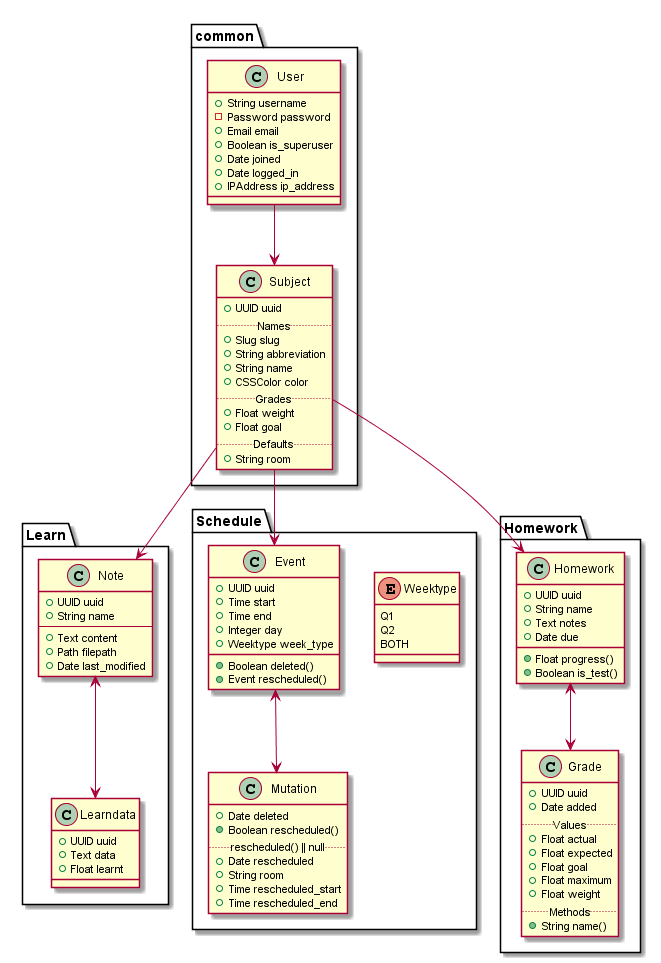
Before: DATABASE_V2.png, a diagram exported from PlantUML (schoolsyst/api).
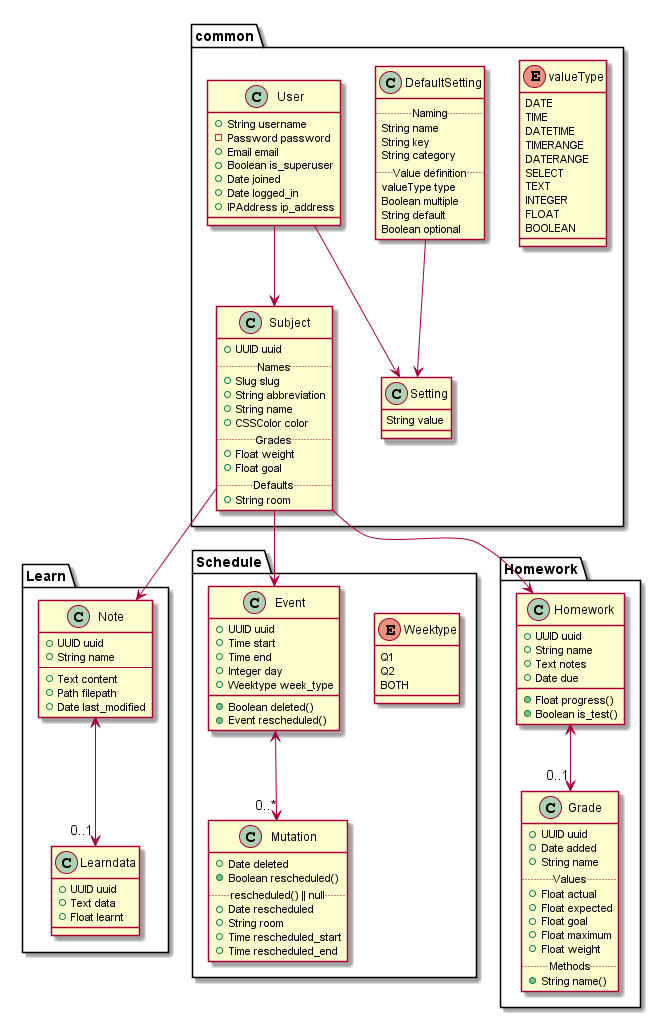
The same file after the commit.

The edit, as a diff of the source:
```diff
@@ -12,6 +12,35 @@
         + Float goal
         ..Defaults..
         + String room
+    }
+
+    enum valueType {
+        DATE
+        TIME
+        DATETIME
+        TIMERANGE
+        DATERANGE
+        SELECT
+        TEXT
+        INTEGER
+        FLOAT
+        BOOLEAN
+    }
+
+    class DefaultSetting {
+        ..Naming..
+        String name
+        String key
+        String category
+        ..Value definition..
+        valueType type
+        Boolean multiple
+        String default
+        Boolean optional
+    }
+
+    class Setting {
+        String value
     }
 
     class User {
@@ -73,6 +102,7 @@
     class Grade {
         + UUID uuid
         + Date added
+        + String name
         ..Values..
         + Float actual
         + Float expected
@@ -94,12 +124,14 @@
 }
 
 User --> Subject
+User --> Setting
+DefaultSetting --> Setting
 
 Subject --> Note
 Subject --> Homework
 Subject --> Event
 
-Homework <--> Grade
-Note <--> Learndata
-Event <--> Mutation
+Homework <--> "0..1" Grade
+Note <--> "0..1" Learndata
+Event <--> "0..*" Mutation
 @enduml
```
